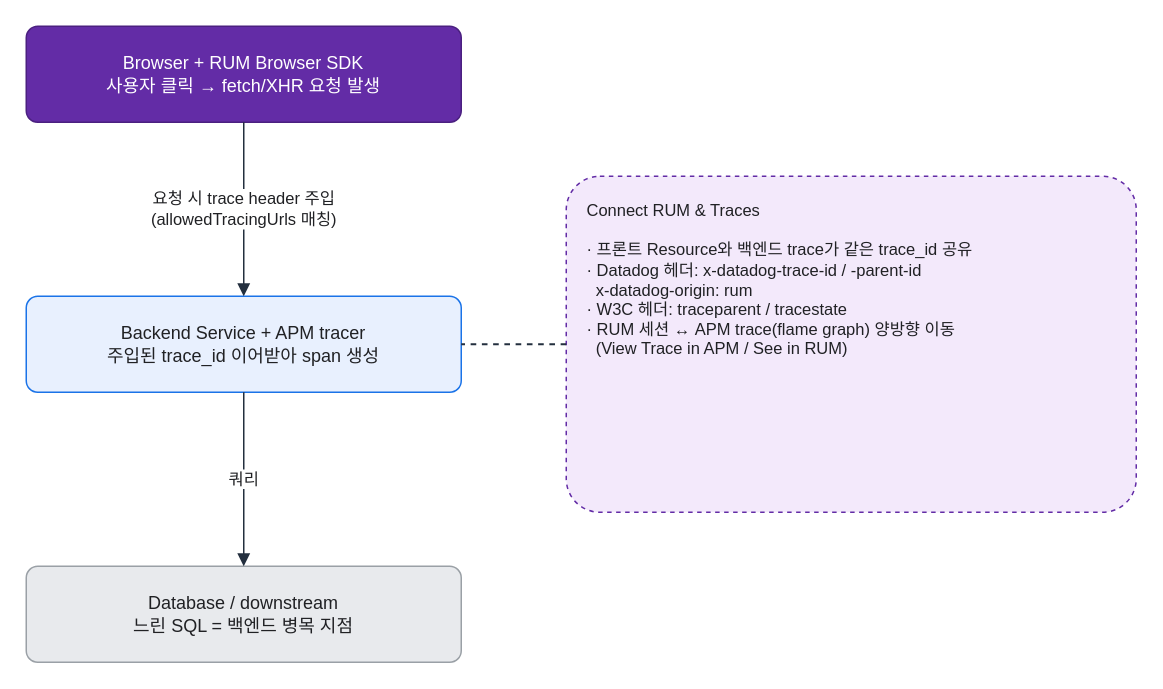
Earlier version of the draw.io diagram assets/img/observability/datadog-rum-02-trace-linking.drawio (KKamJi98/kkamji98.github.io). Source tidied: cells renumbered, new cells numbered last; positions are measured from the earlier drawing's top-left corner, leaving out a move shared by most shapes. Both pictures are drawn from the tidied source at 150%, with x=0, y=0 at pixel (26, 26).
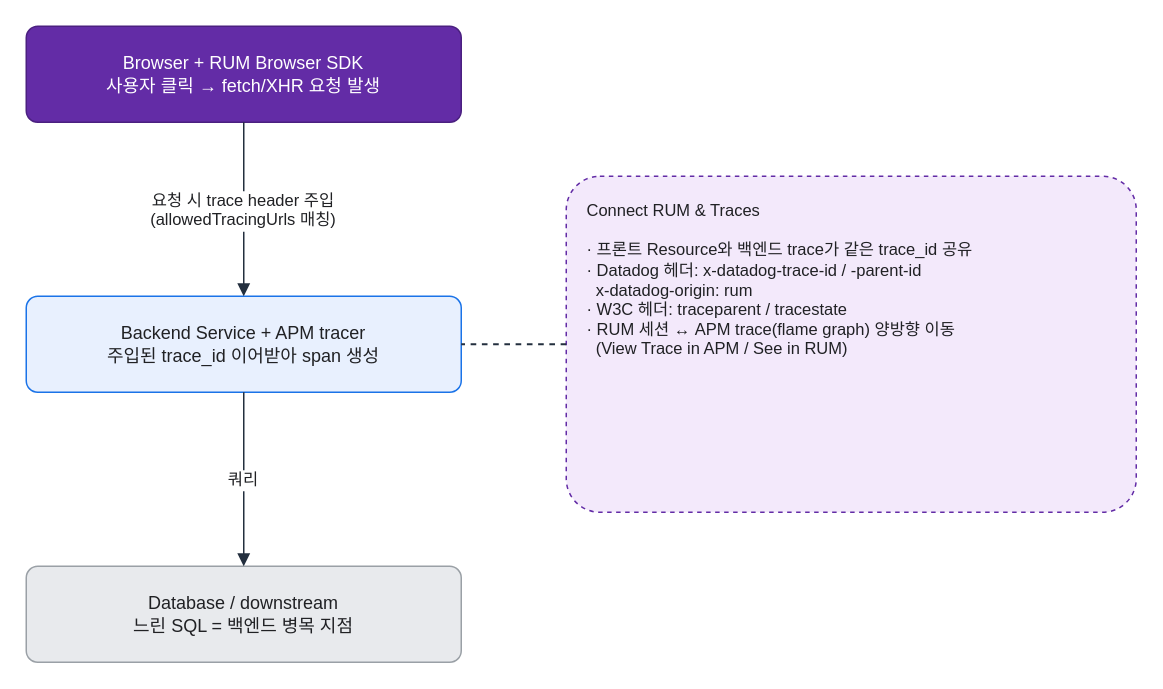
The same page after the edit.

The edit, as a diff of the source:
```diff
@@
 <mxGraphModel background="#FFFFFF">
   <root>
     <mxCell id="0" />
     <mxCell id="1" parent="0" />
     <mxCell id="2" value="Browser + RUM Browser SDK&#10;사용자 클릭 → fetch/XHR 요청 발생" style="rounded=1;whiteSpace=wrap;html=1;arcSize=12;shadow=0;fillColor=#632CA6;strokeColor=#4B2080;fontColor=#FFFFFF;fontSize=12;verticalAlign=middle;" parent="1" vertex="1">
       <mxGeometry width="290" height="64" as="geometry" />
     </mxCell>
     <mxCell id="3" value="Backend Service + APM tracer&#10;주입된 trace_id 이어받아 span 생성" style="rounded=1;whiteSpace=wrap;html=1;arcSize=12;shadow=0;fillColor=#E8F0FE;strokeColor=#1A73E8;fontColor=#202124;fontSize=12;verticalAlign=middle;" parent="1" vertex="1">
       <mxGeometry y="180" width="290" height="64" as="geometry" />
     </mxCell>
     <mxCell id="4" value="Database / downstream&#10;느린 SQL = 백엔드 병목 지점" style="rounded=1;whiteSpace=wrap;html=1;arcSize=12;shadow=0;fillColor=#E8EAED;strokeColor=#9AA0A6;fontColor=#202124;fontSize=12;verticalAlign=middle;" parent="1" vertex="1">
       <mxGeometry y="360" width="290" height="64" as="geometry" />
     </mxCell>
     <mxCell id="5" value="Connect RUM &amp; Traces&#10;&#10;· 프론트 Resource와 백엔드 trace가 같은 trace_id 공유&#10;· Datadog 헤더: x-datadog-trace-id / -parent-id&#10;  x-datadog-origin: rum&#10;· W3C 헤더: traceparent / tracestate&#10;· RUM 세션 ↔ APM trace(flame graph) 양방향 이동&#10;  (View Trace in APM / See in RUM)" style="rounded=1;whiteSpace=wrap;html=1;arcSize=10;shadow=0;fillColor=#F3E9FB;strokeColor=#632CA6;fontColor=#202124;fontSize=11;align=left;verticalAlign=top;spacingLeft=12;spacingTop=10;dashed=1;" parent="1" vertex="1">
       <mxGeometry x="360" y="100" width="380" height="224" as="geometry" />
     </mxCell>
-    <mxCell id="6" value="요청 시 trace header 주입&#10;(allowedTracingUrls 매칭)" style="edgeStyle=orthogonalEdgeStyle;rounded=0;html=1;exitX=0.5;exitY=1;entryX=0.5;entryY=0;strokeColor=#232F3E;endArrow=block;fontColor=#202124;labelBackgroundColor=#FFFFFF;" parent="1" edge="1" source="2" target="3">
+    <mxCell id="6" value="요청 시 trace header 주입&#10;(allowedTracingUrls 매칭)" style="edgeStyle=orthogonalEdgeStyle;rounded=0;html=0;exitX=0.5;exitY=1;entryX=0.5;entryY=0;strokeColor=#232F3E;endArrow=block;fontColor=#202124;labelBackgroundColor=#FFFFFF;" parent="1" edge="1" source="2" target="3">
       <mxGeometry relative="1" as="geometry" />
     </mxCell>
-    <mxCell id="7" value="쿼리" style="edgeStyle=orthogonalEdgeStyle;rounded=0;html=1;exitX=0.5;exitY=1;entryX=0.5;entryY=0;strokeColor=#232F3E;endArrow=block;fontColor=#202124;labelBackgroundColor=#FFFFFF;" parent="1" edge="1" source="3" target="4">
+    <mxCell id="7" value="쿼리" style="edgeStyle=orthogonalEdgeStyle;rounded=0;html=0;exitX=0.5;exitY=1;entryX=0.5;entryY=0;strokeColor=#232F3E;endArrow=block;fontColor=#202124;labelBackgroundColor=#FFFFFF;" parent="1" edge="1" source="3" target="4">
       <mxGeometry relative="1" as="geometry" />
     </mxCell>
     <mxCell id="8" style="edgeStyle=orthogonalEdgeStyle;rounded=0;html=1;exitX=0;exitY=0.5;entryX=1;entryY=0.5;strokeWidth=1.25;strokeColor=#232F3E;endArrow=none;startArrow=none;dashed=1;labelBackgroundColor=none;" parent="1" edge="1" source="5" target="3">
       <mxGeometry relative="1" as="geometry" />
     </mxCell>
   </root>
 </mxGraphModel>
```
